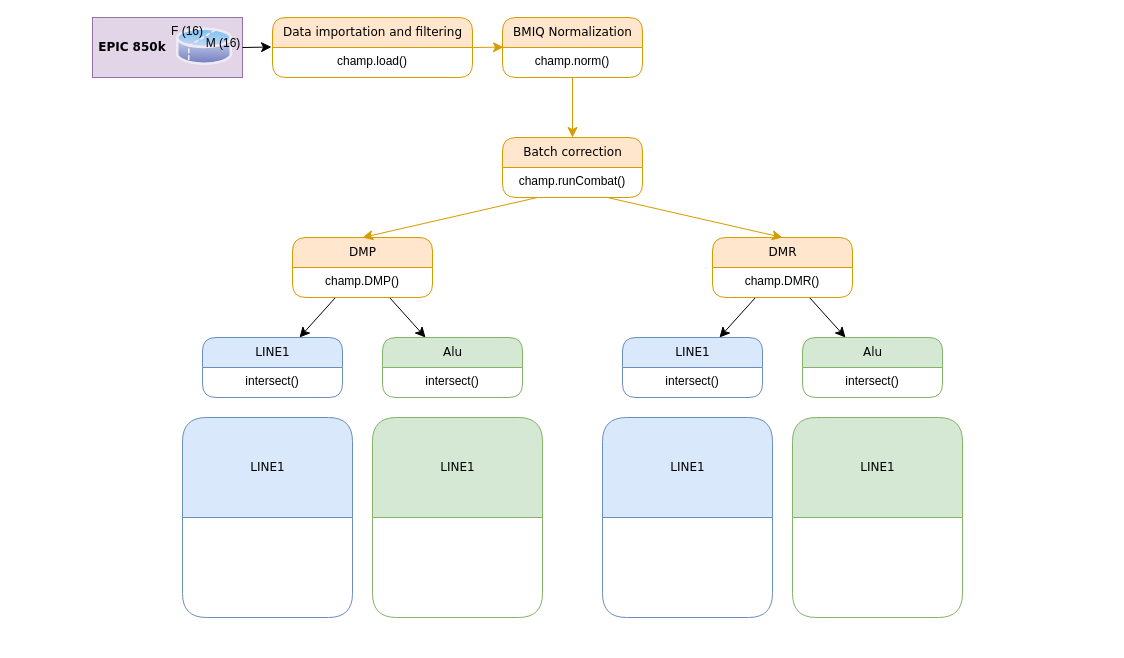
This is 未命名绘图.drawio from mwLuan/image_storage, a draw.io file, before an edit. Source tidied: cells renumbered, new cells numbered last; positions are measured from the earlier drawing's top-left corner, leaving out a move shared by most shapes. Both pictures are drawn from the tidied source at 100%, with x=0, y=0 at pixel (92, 17).
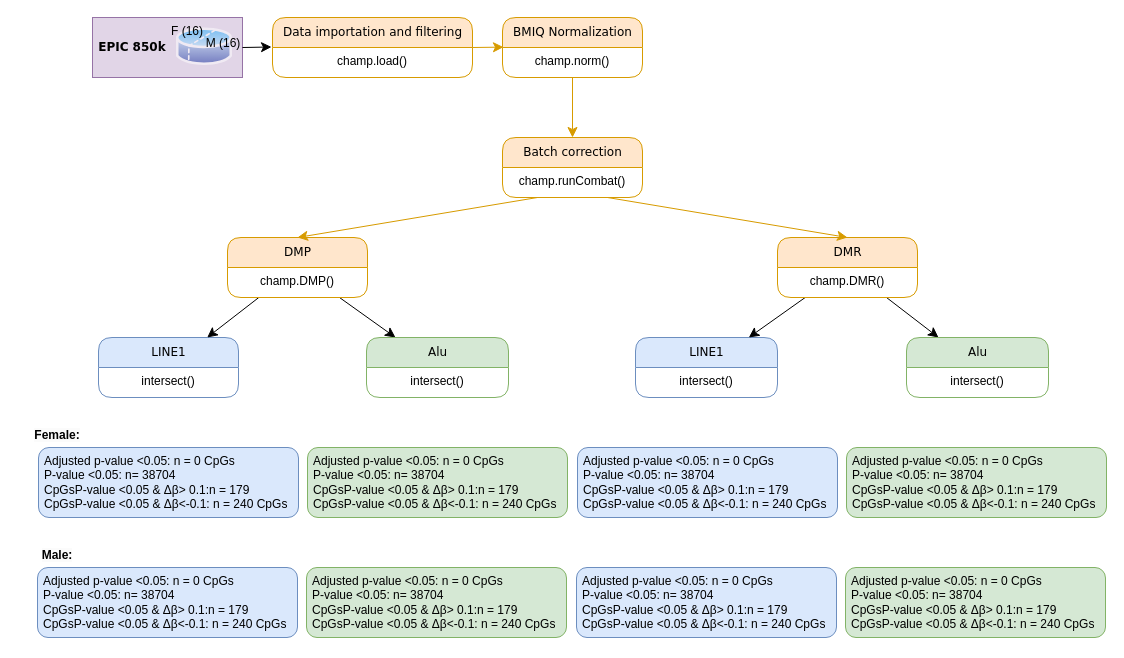
The same page after the edit.

Commit message:
更新未命名绘图.drawio

Diff of the diagram source:
```diff
@@
     <mxCell id="10" value="LINE1" style="swimlane;html=1;fontStyle=0;horizontal=1;startSize=30;fillColor=#dae8fc;swimlaneFillColor=#ffffff;align=center;rounded=1;shadow=0;comic=0;labelBackgroundColor=none;strokeWidth=1;fontFamily=Verdana;fontSize=12;strokeColor=#6c8ebf;" parent="1" vertex="1">
-      <mxGeometry x="110" y="320" width="140" height="60" as="geometry" />
+      <mxGeometry x="6" y="320" width="140" height="60" as="geometry" />
     </mxCell>
@@
     <mxCell id="14" value="DMP" style="swimlane;html=1;fontStyle=0;horizontal=1;startSize=30;fillColor=#ffe6cc;swimlaneFillColor=#ffffff;align=center;rounded=1;shadow=0;comic=0;labelBackgroundColor=none;strokeWidth=1;fontFamily=Verdana;fontSize=12;strokeColor=#d79b00;" parent="1" vertex="1">
-      <mxGeometry x="200" y="220" width="140" height="60" as="geometry" />
+      <mxGeometry x="135" y="220" width="140" height="60" as="geometry" />
     </mxCell>
@@
     <mxCell id="16" value="Alu" style="swimlane;html=1;fontStyle=0;horizontal=1;startSize=30;fillColor=#d5e8d4;swimlaneFillColor=#ffffff;align=center;rounded=1;shadow=0;comic=0;labelBackgroundColor=none;strokeWidth=1;fontFamily=Verdana;fontSize=12;strokeColor=#82b366;" parent="1" vertex="1">
-      <mxGeometry x="290" y="320" width="140" height="60" as="geometry" />
+      <mxGeometry x="274" y="320" width="142" height="60" as="geometry" />
     </mxCell>
     <mxCell id="17" value="intersect()" style="text;html=1;strokeColor=none;fillColor=none;spacingLeft=4;spacingRight=4;whiteSpace=wrap;overflow=hidden;align=center;" parent="16" vertex="1">
-      <mxGeometry y="30" width="140" height="30" as="geometry" />
+      <mxGeometry y="30" width="142" height="30" as="geometry" />
     </mxCell>
@@
     <mxCell id="21" value="LINE1" style="swimlane;html=1;fontStyle=0;horizontal=1;startSize=30;fillColor=#dae8fc;swimlaneFillColor=#ffffff;align=center;rounded=1;shadow=0;comic=0;labelBackgroundColor=none;strokeWidth=1;fontFamily=Verdana;fontSize=12;strokeColor=#6c8ebf;" parent="1" vertex="1">
-      <mxGeometry x="530" y="320" width="140" height="60" as="geometry" />
+      <mxGeometry x="543" y="320" width="142" height="60" as="geometry" />
     </mxCell>
     <mxCell id="22" value="intersect()" style="text;html=1;strokeColor=none;fillColor=none;spacingLeft=4;spacingRight=4;whiteSpace=wrap;overflow=hidden;align=center;" parent="21" vertex="1">
-      <mxGeometry y="30" width="140" height="30" as="geometry" />
+      <mxGeometry y="30" width="142" height="30" as="geometry" />
     </mxCell>
@@
     <mxCell id="25" value="DMR" style="swimlane;html=1;fontStyle=0;horizontal=1;startSize=30;fillColor=#ffe6cc;swimlaneFillColor=#ffffff;align=center;rounded=1;shadow=0;comic=0;labelBackgroundColor=none;strokeWidth=1;fontFamily=Verdana;fontSize=12;strokeColor=#d79b00;" parent="1" vertex="1">
-      <mxGeometry x="620" y="220" width="140" height="60" as="geometry" />
+      <mxGeometry x="685" y="220" width="140" height="60" as="geometry" />
     </mxCell>
@@
     <mxCell id="27" value="Alu" style="swimlane;html=1;fontStyle=0;horizontal=1;startSize=30;fillColor=#d5e8d4;swimlaneFillColor=#ffffff;align=center;rounded=1;shadow=0;comic=0;labelBackgroundColor=none;strokeWidth=1;fontFamily=Verdana;fontSize=12;strokeColor=#82b366;" parent="1" vertex="1">
-      <mxGeometry x="710" y="320" width="140" height="60" as="geometry" />
+      <mxGeometry x="814" y="320" width="142" height="60" as="geometry" />
     </mxCell>
     <mxCell id="28" value="intersect()" style="text;html=1;strokeColor=none;fillColor=none;spacingLeft=4;spacingRight=4;whiteSpace=wrap;overflow=hidden;align=center;" parent="27" vertex="1">
-      <mxGeometry y="30" width="140" height="30" as="geometry" />
+      <mxGeometry y="30" width="142" height="30" as="geometry" />
     </mxCell>
@@
-    <mxCell id="30" value="LINE1" style="swimlane;html=1;fontStyle=0;horizontal=1;startSize=100;fillColor=#dae8fc;swimlaneFillColor=#ffffff;align=center;rounded=1;shadow=0;comic=0;labelBackgroundColor=none;strokeWidth=1;fontFamily=Verdana;fontSize=12;strokeColor=#6c8ebf;arcSize=8;" parent="1" vertex="1">
-      <mxGeometry x="90" y="400" width="170" height="200" as="geometry" />
-    </mxCell>
-    <mxCell id="31" value="LINE1" style="swimlane;html=1;fontStyle=0;horizontal=1;startSize=100;fillColor=#d5e8d4;swimlaneFillColor=#ffffff;align=center;rounded=1;shadow=0;comic=0;labelBackgroundColor=none;strokeWidth=1;fontFamily=Verdana;fontSize=12;strokeColor=#82b366;arcSize=8;" parent="1" vertex="1">
-      <mxGeometry x="280" y="400" width="170" height="200" as="geometry" />
-    </mxCell>
-    <mxCell id="32" value="LINE1" style="swimlane;html=1;fontStyle=0;horizontal=1;startSize=100;fillColor=#dae8fc;swimlaneFillColor=#ffffff;align=center;rounded=1;shadow=0;comic=0;labelBackgroundColor=none;strokeWidth=1;fontFamily=Verdana;fontSize=12;strokeColor=#6c8ebf;arcSize=8;" parent="1" vertex="1">
-      <mxGeometry x="510" y="400" width="170" height="200" as="geometry" />
-    </mxCell>
-    <mxCell id="33" value="LINE1" style="swimlane;html=1;fontStyle=0;horizontal=1;startSize=100;fillColor=#d5e8d4;swimlaneFillColor=#ffffff;align=center;rounded=1;shadow=0;comic=0;labelBackgroundColor=none;strokeWidth=1;fontFamily=Verdana;fontSize=12;strokeColor=#82b366;arcSize=8;" parent="1" vertex="1">
-      <mxGeometry x="700" y="400" width="170" height="200" as="geometry" />
-    </mxCell>
@@
+    <mxCell id="37" value="Adjusted p-value &amp;lt;0.05: n = 0 CpGs &lt;br&gt;P-value &amp;lt;0.05: n= 38704 &lt;br&gt;CpGsP-value &amp;lt;0.05 &amp;amp; Δβ&amp;gt; 0.1:n = 179 &lt;br&gt;CpGsP-value &amp;lt;0.05 &amp;amp; Δβ&amp;lt;-0.1: n = 240 CpGs" style="text;html=1;spacingLeft=4;spacingRight=4;whiteSpace=wrap;overflow=hidden;align=left;rounded=1;fillColor=#dae8fc;strokeColor=#6c8ebf;" parent="1" vertex="1">
+      <mxGeometry x="-54" y="430" width="260" height="70" as="geometry" />
+    </mxCell>
+    <mxCell id="38" value="&lt;span style=&quot;color: rgb(0, 0, 0); font-family: Helvetica; font-size: 12px; font-style: normal; font-variant-ligatures: normal; font-variant-caps: normal; letter-spacing: normal; orphans: 2; text-indent: 0px; text-transform: none; widows: 2; word-spacing: 0px; -webkit-text-stroke-width: 0px; background-color: rgb(251, 251, 251); text-decoration-thickness: initial; text-decoration-style: initial; text-decoration-color: initial; float: none; display: inline !important;&quot;&gt;Female:&lt;/span&gt;" style="text;whiteSpace=wrap;html=1;fontSize=12;fontFamily=Helvetica;fontColor=default;align=center;fontStyle=1;" parent="1" vertex="1">
+      <mxGeometry x="-75" y="404" width="80" height="30" as="geometry" />
+    </mxCell>
+    <mxCell id="39" value="&lt;span style=&quot;color: rgb(0, 0, 0); font-family: Helvetica; font-size: 12px; font-style: normal; font-variant-ligatures: normal; font-variant-caps: normal; letter-spacing: normal; orphans: 2; text-indent: 0px; text-transform: none; widows: 2; word-spacing: 0px; -webkit-text-stroke-width: 0px; background-color: rgb(251, 251, 251); text-decoration-thickness: initial; text-decoration-style: initial; text-decoration-color: initial; float: none; display: inline !important;&quot;&gt;Male:&lt;/span&gt;" style="text;whiteSpace=wrap;html=1;fontSize=12;fontFamily=Helvetica;fontColor=default;align=center;fontStyle=1;" parent="1" vertex="1">
+      <mxGeometry x="-75" y="524" width="80" height="30" as="geometry" />
+    </mxCell>
+    <mxCell id="40" value="Adjusted p-value &amp;lt;0.05: n = 0 CpGs &lt;br&gt;P-value &amp;lt;0.05: n= 38704 &lt;br&gt;CpGsP-value &amp;lt;0.05 &amp;amp; Δβ&amp;gt; 0.1:n = 179 &lt;br&gt;CpGsP-value &amp;lt;0.05 &amp;amp; Δβ&amp;lt;-0.1: n = 240 CpGs" style="text;html=1;spacingLeft=4;spacingRight=4;whiteSpace=wrap;overflow=hidden;align=left;rounded=1;fillColor=#dae8fc;strokeColor=#6c8ebf;" parent="1" vertex="1">
+      <mxGeometry x="-55" y="550" width="260" height="70" as="geometry" />
+    </mxCell>
+    <mxCell id="41" value="Adjusted p-value &amp;lt;0.05: n = 0 CpGs &lt;br&gt;P-value &amp;lt;0.05: n= 38704 &lt;br&gt;CpGsP-value &amp;lt;0.05 &amp;amp; Δβ&amp;gt; 0.1:n = 179 &lt;br&gt;CpGsP-value &amp;lt;0.05 &amp;amp; Δβ&amp;lt;-0.1: n = 240 CpGs" style="text;html=1;spacingLeft=4;spacingRight=4;whiteSpace=wrap;overflow=hidden;align=left;rounded=1;fillColor=#d5e8d4;strokeColor=#82b366;" parent="1" vertex="1">
+      <mxGeometry x="215" y="430" width="260" height="70" as="geometry" />
+    </mxCell>
+    <mxCell id="42" value="Adjusted p-value &amp;lt;0.05: n = 0 CpGs &lt;br&gt;P-value &amp;lt;0.05: n= 38704 &lt;br&gt;CpGsP-value &amp;lt;0.05 &amp;amp; Δβ&amp;gt; 0.1:n = 179 &lt;br&gt;CpGsP-value &amp;lt;0.05 &amp;amp; Δβ&amp;lt;-0.1: n = 240 CpGs" style="text;html=1;spacingLeft=4;spacingRight=4;whiteSpace=wrap;overflow=hidden;align=left;rounded=1;fillColor=#d5e8d4;strokeColor=#82b366;" parent="1" vertex="1">
+      <mxGeometry x="214" y="550" width="260" height="70" as="geometry" />
+    </mxCell>
+    <mxCell id="43" value="Adjusted p-value &amp;lt;0.05: n = 0 CpGs &lt;br&gt;P-value &amp;lt;0.05: n= 38704 &lt;br&gt;CpGsP-value &amp;lt;0.05 &amp;amp; Δβ&amp;gt; 0.1:n = 179 &lt;br&gt;CpGsP-value &amp;lt;0.05 &amp;amp; Δβ&amp;lt;-0.1: n = 240 CpGs" style="text;html=1;spacingLeft=4;spacingRight=4;whiteSpace=wrap;overflow=hidden;align=left;rounded=1;fillColor=#d5e8d4;strokeColor=#82b366;" parent="1" vertex="1">
+      <mxGeometry x="754" y="430" width="260" height="70" as="geometry" />
+    </mxCell>
+    <mxCell id="44" value="Adjusted p-value &amp;lt;0.05: n = 0 CpGs &lt;br&gt;P-value &amp;lt;0.05: n= 38704 &lt;br&gt;CpGsP-value &amp;lt;0.05 &amp;amp; Δβ&amp;gt; 0.1:n = 179 &lt;br&gt;CpGsP-value &amp;lt;0.05 &amp;amp; Δβ&amp;lt;-0.1: n = 240 CpGs" style="text;html=1;spacingLeft=4;spacingRight=4;whiteSpace=wrap;overflow=hidden;align=left;rounded=1;fillColor=#d5e8d4;strokeColor=#82b366;" parent="1" vertex="1">
+      <mxGeometry x="753" y="550" width="260" height="70" as="geometry" />
+    </mxCell>
+    <mxCell id="45" value="Adjusted p-value &amp;lt;0.05: n = 0 CpGs &lt;br&gt;P-value &amp;lt;0.05: n= 38704 &lt;br&gt;CpGsP-value &amp;lt;0.05 &amp;amp; Δβ&amp;gt; 0.1:n = 179 &lt;br&gt;CpGsP-value &amp;lt;0.05 &amp;amp; Δβ&amp;lt;-0.1: n = 240 CpGs" style="text;html=1;spacingLeft=4;spacingRight=4;whiteSpace=wrap;overflow=hidden;align=left;rounded=1;fillColor=#dae8fc;strokeColor=#6c8ebf;" parent="1" vertex="1">
+      <mxGeometry x="485" y="430" width="260" height="70" as="geometry" />
+    </mxCell>
+    <mxCell id="46" value="Adjusted p-value &amp;lt;0.05: n = 0 CpGs &lt;br&gt;P-value &amp;lt;0.05: n= 38704 &lt;br&gt;CpGsP-value &amp;lt;0.05 &amp;amp; Δβ&amp;gt; 0.1:n = 179 &lt;br&gt;CpGsP-value &amp;lt;0.05 &amp;amp; Δβ&amp;lt;-0.1: n = 240 CpGs" style="text;html=1;spacingLeft=4;spacingRight=4;whiteSpace=wrap;overflow=hidden;align=left;rounded=1;fillColor=#dae8fc;strokeColor=#6c8ebf;" parent="1" vertex="1">
+      <mxGeometry x="484" y="550" width="260" height="70" as="geometry" />
+    </mxCell>
```
